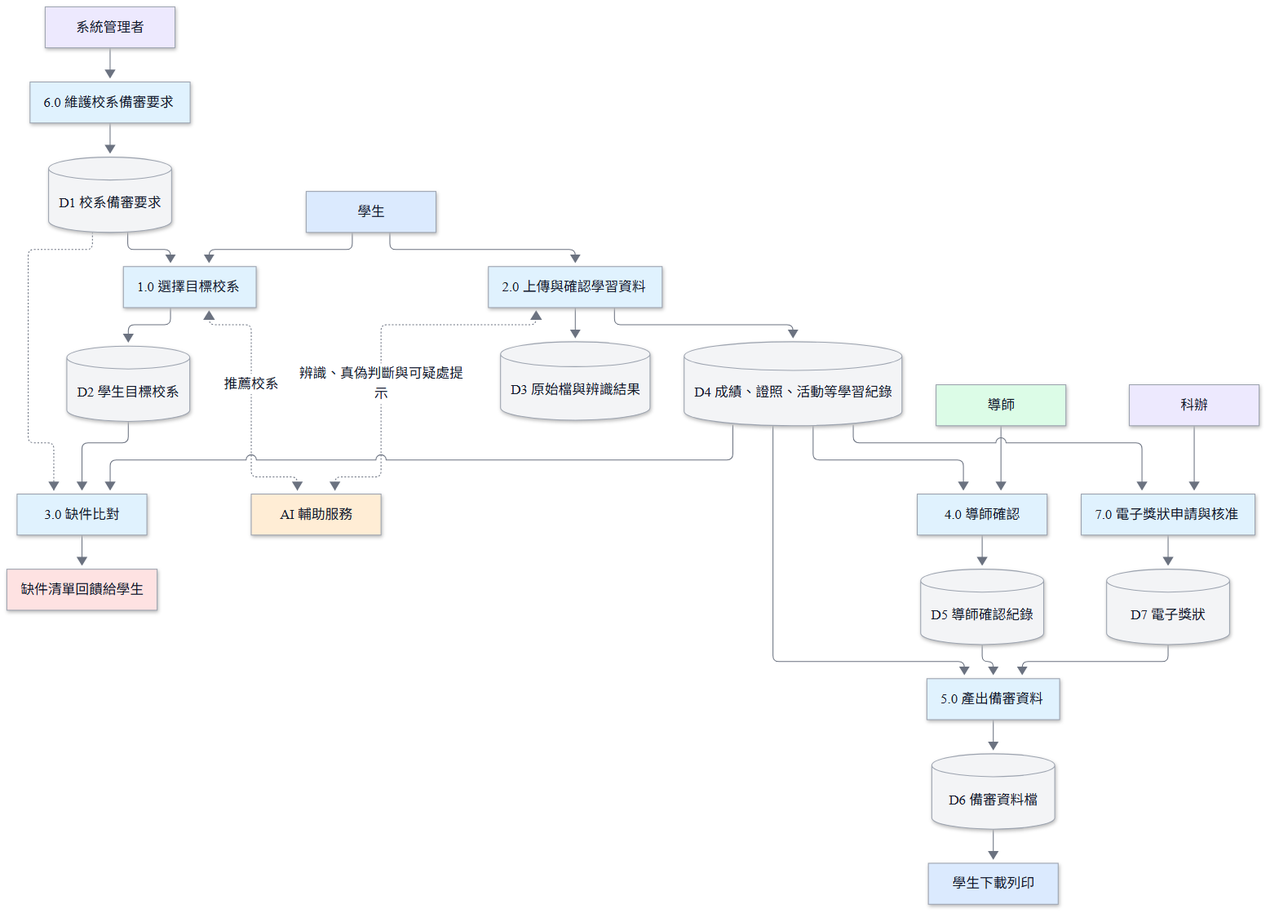
Earlier version of the Mermaid export docs/images/D-06-dfd.png (vujhdcusa/1028). Its source is kept beside it as docs/images/D-06-dfd.mmd.
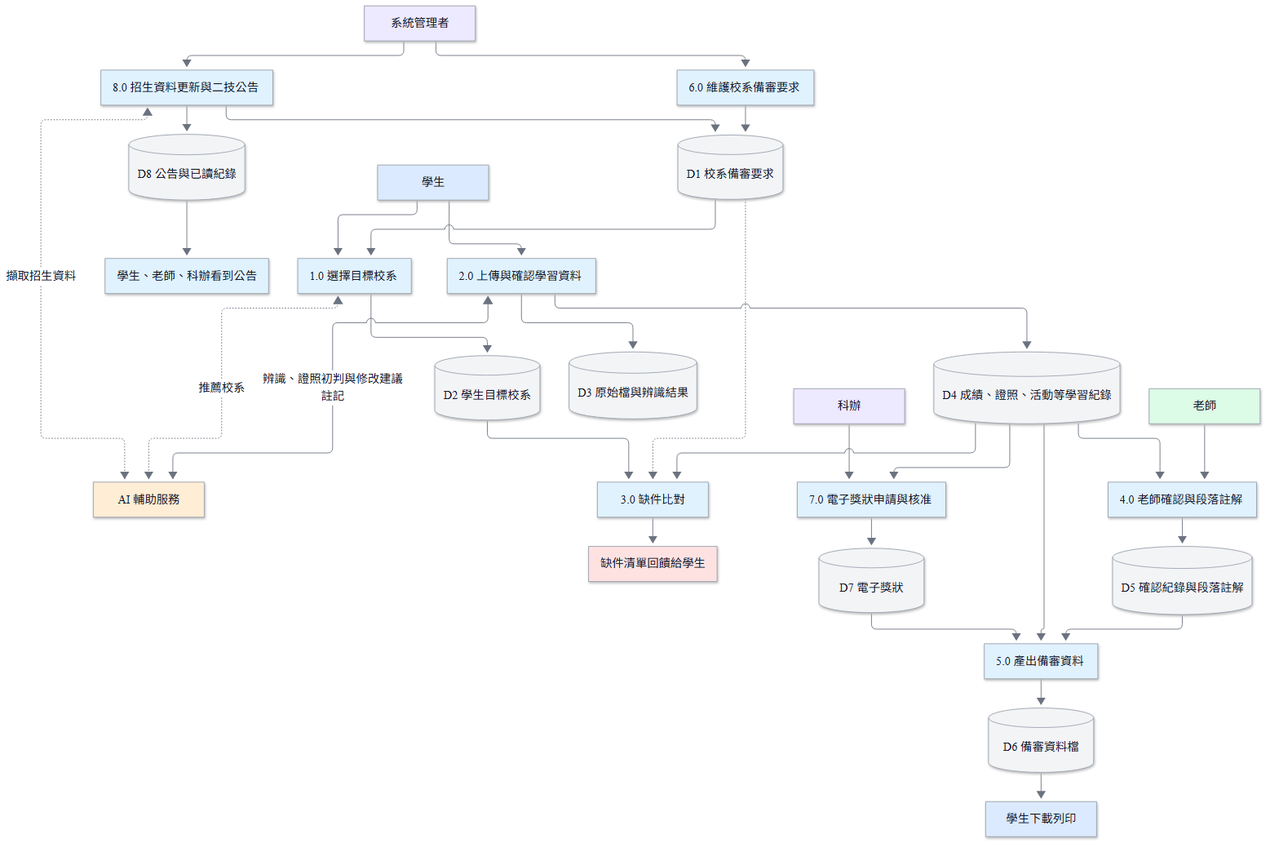
Later version of the same file.

Diff of the diagram source:
```diff
@@ -15,7 +15,7 @@
     Student[學生]:::student --> P1
     P1 --> D2[(D2 學生目標校系)]:::store
     Student --> P2[2.0 上傳與確認學習資料]:::system
-    P2 <-. 辨識、真偽判斷與可疑處提示 .-> AI[AI 輔助服務]:::ai
+    P2 <-. 辨識、證照初判與修改建議註記 .-> AI[AI 輔助服務]:::ai
     P1 <-. 推薦校系 .-> AI
     P2 --> D3[(D3 原始檔與辨識結果)]:::store
     P2 --> D4[(D4 成績、證照、活動等學習紀錄)]:::store
@@ -23,9 +23,9 @@
     D4 --> P3
     D1 -.-> P3
     P3 --> Gap[缺件清單回饋給學生]:::alert
-    D4 --> P4[4.0 導師確認]:::system
-    Teacher[導師]:::teacher --> P4
-    P4 --> D5[(D5 導師確認紀錄)]:::store
+    D4 --> P4[4.0 老師確認與段落註解]:::system
+    Teacher[老師]:::teacher --> P4
+    P4 --> D5[(D5 確認紀錄與段落註解)]:::store
     D5 --> P5[5.0 產出備審資料]:::system
     D4 --> P5
     P5 --> D6[(D6 備審資料檔)]:::store
@@ -34,3 +34,8 @@
     Staff[科辦]:::admin --> P7
     P7 --> D7[(D7 電子獎狀)]:::store
     D7 --> P5
+    Admin --> P8[8.0 招生資料更新與二技公告]:::system
+    P8 <-. 擷取招生資料 .-> AI
+    P8 --> D1
+    P8 --> D8[(D8 公告與已讀紀錄)]:::store
+    D8 --> Notice[學生、老師、科辦看到公告]:::system
```
